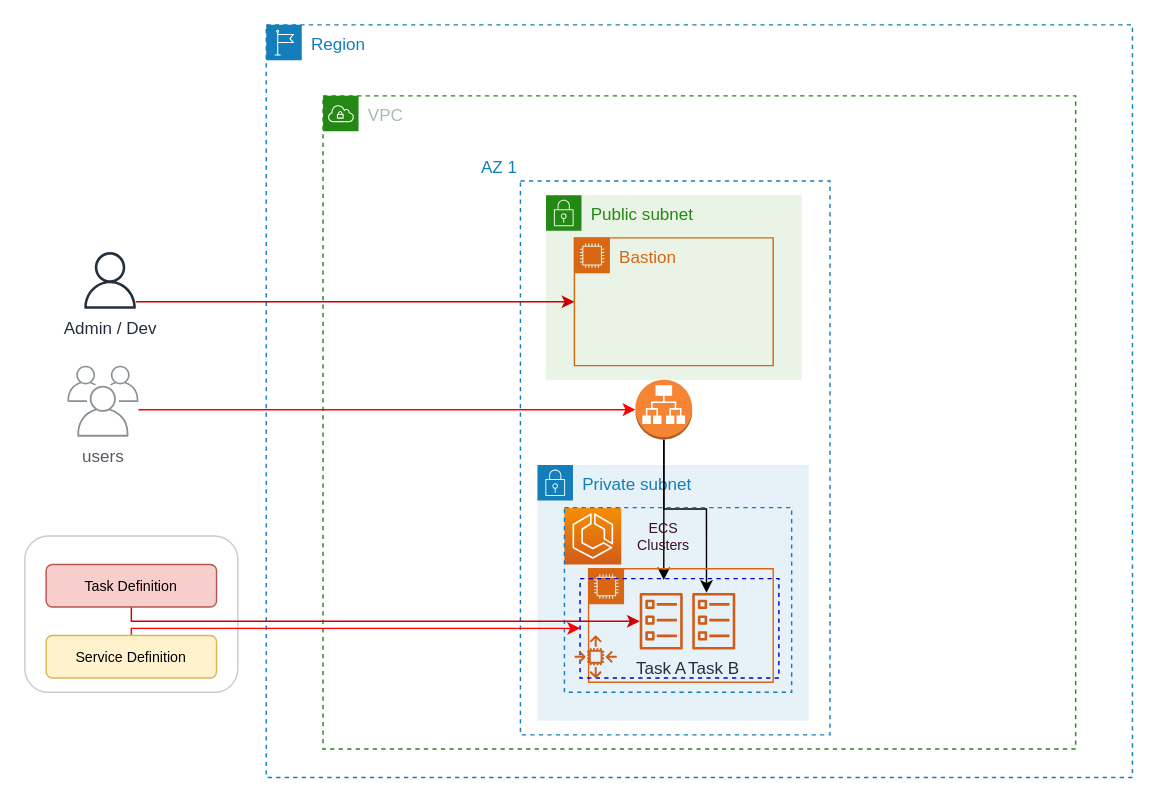
Above: page "L2 Infrastructure Design - Non Prod" (6 of 7) of Untitled Diagram.drawio in senthilsource/multi-docker (draw.io), before the change. Source tidied: cells renumbered, new cells numbered last; positions are measured from the earlier drawing's top-left corner, leaving out a move shared by most shapes. Both pictures are drawn from the tidied source at 142%, with x=0, y=0 at pixel (24, 24).
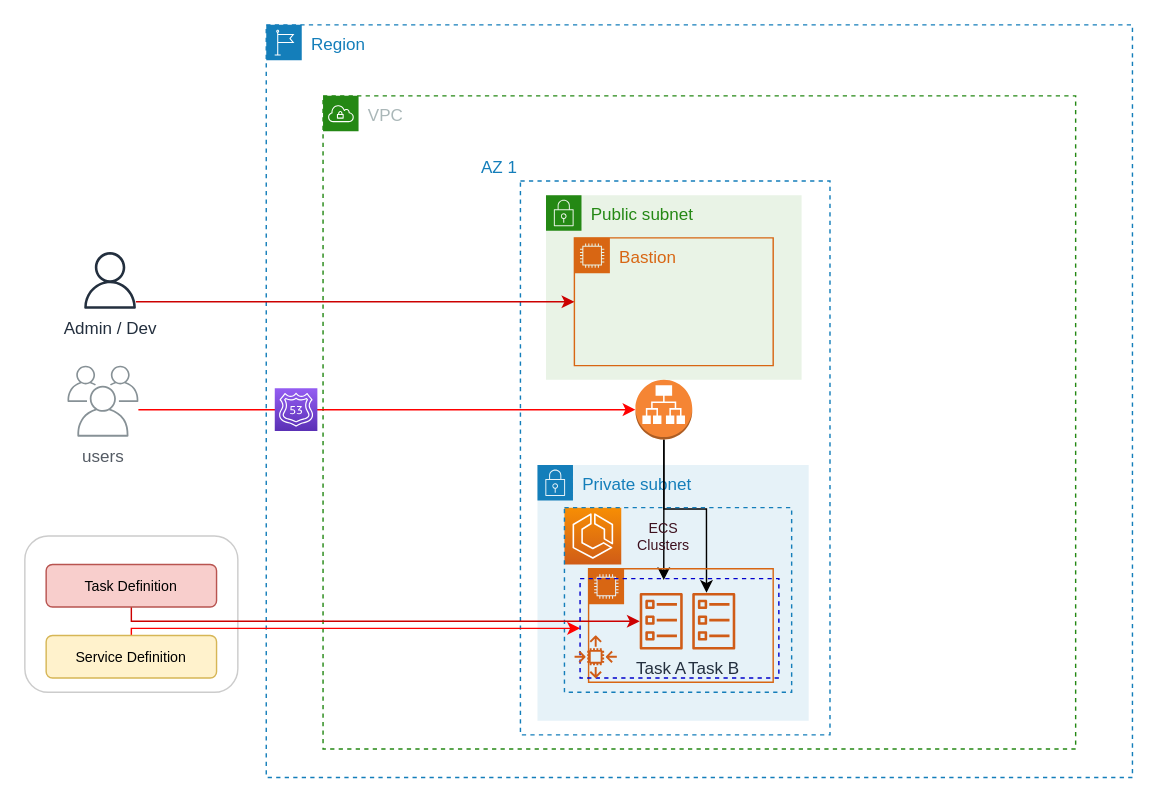
After the change.

The edit, as a diff of the source:
```diff
@@
+    <mxCell id="29" style="fontColor=#232F3E;gradientColor=#945DF2;gradientDirection=north;fillColor=#5A30B5;strokeColor=#ffffff;dashed=0;verticalLabelPosition=bottom;verticalAlign=top;align=center;html=1;fontSize=12;fontStyle=0;shape=mxgraph.aws4.resourceIcon;resIcon=mxgraph.aws4.route_53;" parent="1" vertex="1">
+      <mxGeometry x="176" y="256" width="30" height="30" as="geometry" />
+    </mxCell>
```
